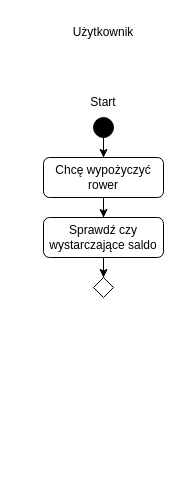
Earlier version of the draw.io diagram DiagramCzynnosci.drawio (KarolinaPiechowicz05/2024-12-31). Source tidied: cells renumbered, new cells numbered last; positions are measured from the earlier drawing's top-left corner, leaving out a move shared by most shapes. Both pictures are drawn from the tidied source at 100%, with x=0, y=0 at pixel (43, 17).
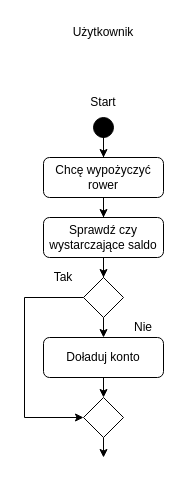
Above is the later version.

What changed in the source:
```diff
@@
+    <mxCell id="11" style="edgeStyle=orthogonalEdgeStyle;rounded=0;jettySize=auto;html=1;" parent="1" edge="1" source="10">
+      <mxGeometry relative="1" as="geometry">
+        <mxPoint x="60" y="320" as="targetPoint" />
+      </mxGeometry>
+    </mxCell>
+    <mxCell id="12" style="edgeStyle=orthogonalEdgeStyle;rounded=0;jettySize=auto;html=1;entryX=0;entryY=0.5;entryDx=0;entryDy=0;" parent="1" edge="1" source="10" target="18">
+      <mxGeometry relative="1" as="geometry">
+        <Array as="points">
+          <mxPoint x="-19" y="280" />
+          <mxPoint x="-19" y="400" />
+        </Array>
+      </mxGeometry>
+    </mxCell>
     <mxCell id="10" style="rhombus;whiteSpace=wrap;html=1;" parent="1" vertex="1">
-      <mxGeometry x="50" y="260" width="20" height="20" as="geometry" />
+      <mxGeometry x="40" y="260" width="40" height="40" as="geometry" />
     </mxCell>
+    <mxCell id="13" value="Nie" style="text;html=1;align=center;verticalAlign=middle;whiteSpace=wrap;rounded=0;" parent="1" vertex="1">
+      <mxGeometry x="80" y="300" width="40" height="20" as="geometry" />
+    </mxCell>
+    <mxCell id="14" value="Tak" style="text;html=1;align=center;verticalAlign=middle;whiteSpace=wrap;rounded=0;" parent="1" vertex="1">
+      <mxGeometry y="250" width="40" height="20" as="geometry" />
+    </mxCell>
+    <mxCell id="15" style="edgeStyle=orthogonalEdgeStyle;rounded=0;jettySize=auto;html=1;" parent="1" edge="1" source="16">
+      <mxGeometry relative="1" as="geometry">
+        <mxPoint x="60" y="380" as="targetPoint" />
+      </mxGeometry>
+    </mxCell>
+    <mxCell id="16" value="Doładuj konto" style="rounded=1;whiteSpace=wrap;html=1;" parent="1" vertex="1">
+      <mxGeometry y="320" width="120" height="40" as="geometry" />
+    </mxCell>
+    <mxCell id="17" style="edgeStyle=orthogonalEdgeStyle;rounded=0;jettySize=auto;html=1;" parent="1" edge="1" source="18">
+      <mxGeometry relative="1" as="geometry">
+        <mxPoint x="60" y="440" as="targetPoint" />
+      </mxGeometry>
+    </mxCell>
+    <mxCell id="18" style="rhombus;whiteSpace=wrap;html=1;" parent="1" vertex="1">
+      <mxGeometry x="40" y="380" width="40" height="40" as="geometry" />
+    </mxCell>
```
